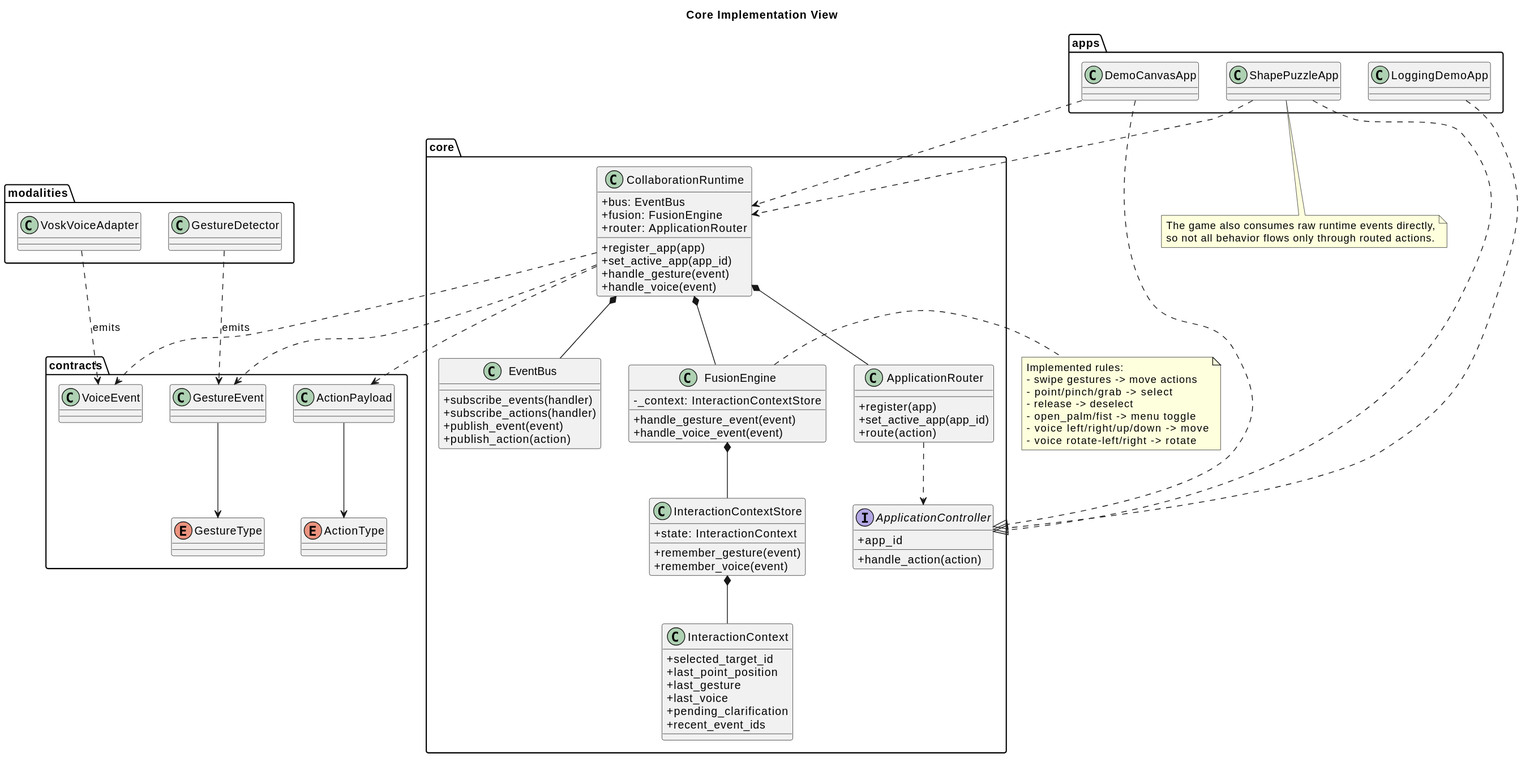
This is docs/diagrams/core-implementation.svg from bohdanpotuzhnyi/JMCS_MMI_course_project, a PlantUML export, as it was before one commit.
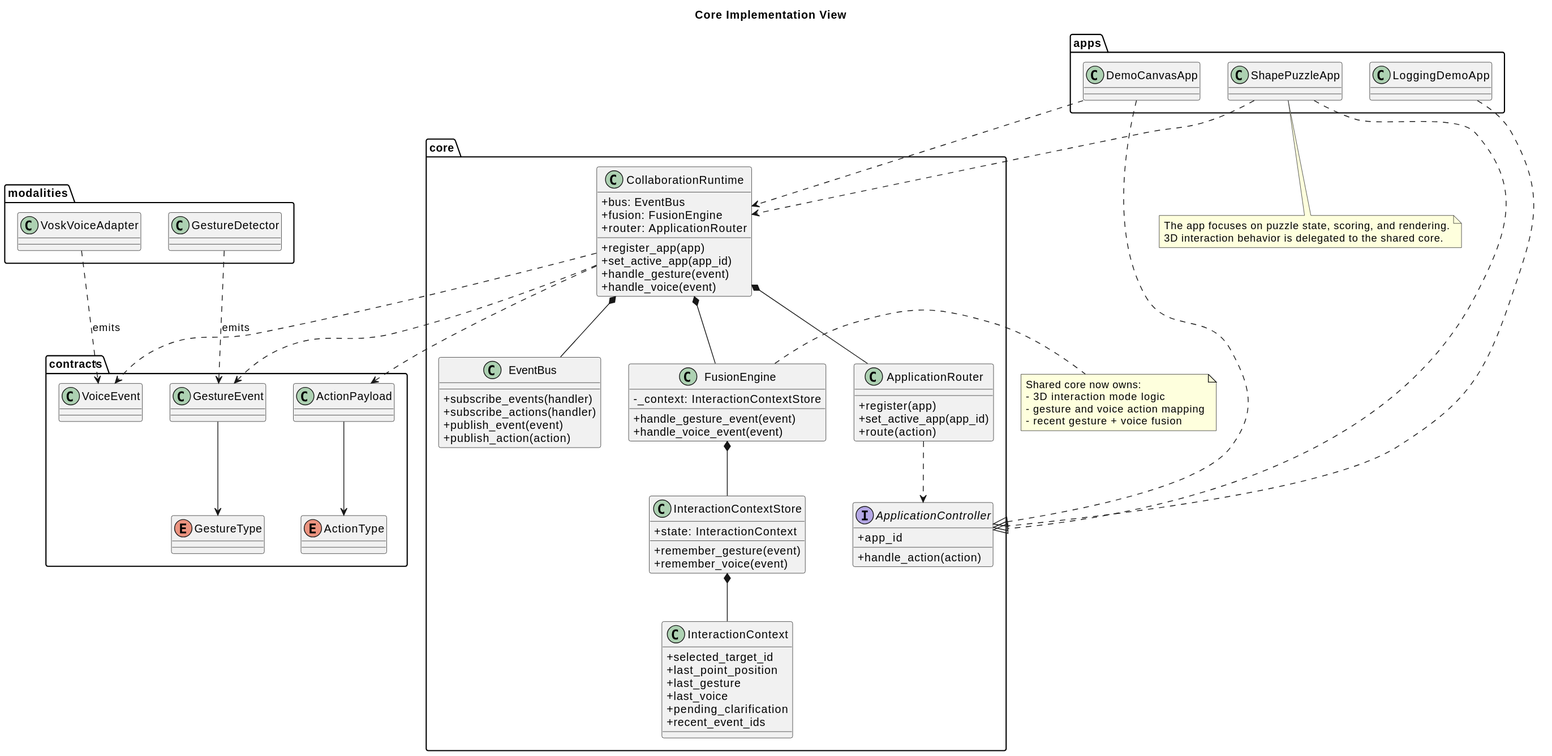
The same diagram one commit later.

Change to the diagram source:
```diff
@@ -101,17 +101,14 @@
 ShapePuzzleApp ..> CollaborationRuntime
 
 note right of FusionEngine
-Implemented rules:
-- swipe gestures -> move actions
-- point/pinch/grab -> select
-- release -> deselect
-- open_palm/fist -> menu toggle
-- voice left/right/up/down -> move
-- voice rotate-left/right -> rotate
+Shared core now owns:
+- 3D interaction mode logic
+- gesture and voice action mapping
+- recent gesture + voice fusion
 end note
 
 note bottom of ShapePuzzleApp
-The game also consumes raw runtime events directly,
-so not all behavior flows only through routed actions.
+The app focuses on puzzle state, scoring, and rendering.
+3D interaction behavior is delegated to the shared core.
 end note
 @enduml
```
